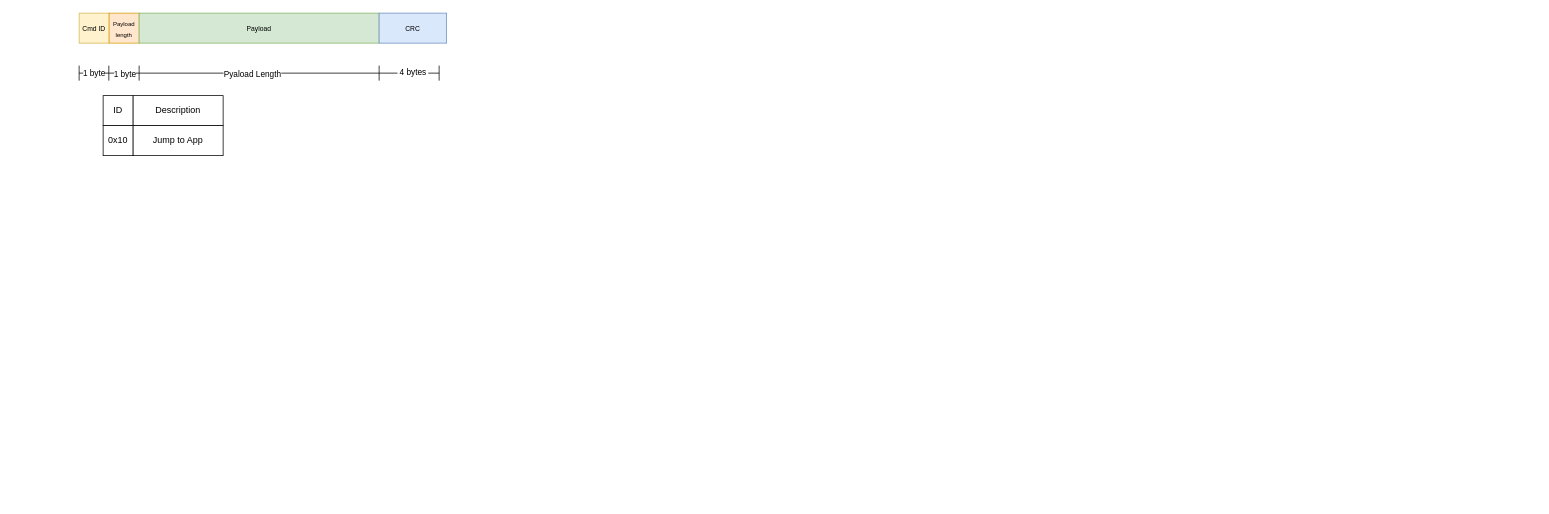
Before: bootloader/bootloader.drawio in minamulhaq/Fota, a draw.io diagram. Source tidied: cells renumbered, new cells numbered last; positions are measured from the earlier drawing's top-left corner, leaving out a move shared by most shapes. Both pictures are drawn from the tidied source at 75%, with x=0, y=0 at pixel (79, 13).
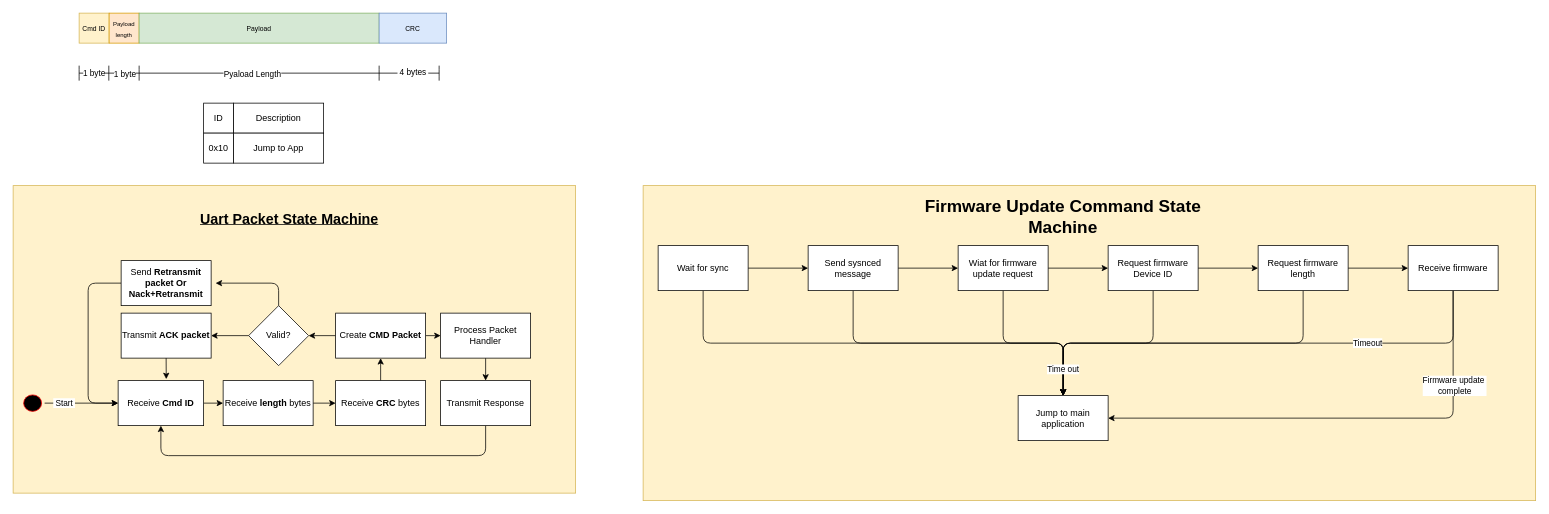
The same page after the edit.

Commit message (it also covers changes not shown here):
implement packet read

The edit, as a diff of the source:
```diff
@@
+    <mxCell id="20" style="rounded=0;whiteSpace=wrap;html=1;fillColor=#fff2cc;strokeColor=#d6b656;" parent="1" vertex="1">
+      <mxGeometry x="752" y="230" width="1190" height="420" as="geometry" />
+    </mxCell>
+    <mxCell id="21" style="rounded=0;whiteSpace=wrap;html=1;fillColor=#fff2cc;strokeColor=#d6b656;" parent="1" vertex="1">
+      <mxGeometry x="-88" y="230" width="750" height="410" as="geometry" />
+    </mxCell>
@@
     <mxCell id="16" value="ID" style="whiteSpace=wrap;html=1;" parent="1" vertex="1">
-      <mxGeometry x="32" y="110" width="40" height="40" as="geometry" />
+      <mxGeometry x="166" y="120" width="40" height="40" as="geometry" />
     </mxCell>
     <mxCell id="17" value="Description" style="rounded=0;whiteSpace=wrap;html=1;" parent="1" vertex="1">
-      <mxGeometry x="72" y="110" width="120" height="40" as="geometry" />
+      <mxGeometry x="206" y="120" width="120" height="40" as="geometry" />
     </mxCell>
     <mxCell id="18" value="0x10" style="whiteSpace=wrap;html=1;" parent="1" vertex="1">
-      <mxGeometry x="32" y="150" width="40" height="40" as="geometry" />
+      <mxGeometry x="166" y="160" width="40" height="40" as="geometry" />
     </mxCell>
     <mxCell id="19" value="Jump to App" style="rounded=0;whiteSpace=wrap;html=1;" parent="1" vertex="1">
-      <mxGeometry x="72" y="150" width="120" height="40" as="geometry" />
+      <mxGeometry x="206" y="160" width="120" height="40" as="geometry" />
     </mxCell>
+    <mxCell id="22" style="edgeStyle=none;html=1;exitX=1;exitY=0.5;exitDx=0;exitDy=0;entryX=0;entryY=0.5;entryDx=0;entryDy=0;" parent="1" edge="1" source="24" target="26">
+      <mxGeometry relative="1" as="geometry" />
+    </mxCell>
+    <mxCell id="23" value="&amp;nbsp;Start&amp;nbsp;" style="edgeLabel;html=1;align=center;verticalAlign=middle;" parent="22" vertex="1">
+      <mxGeometry x="-0.48" y="1" relative="1" as="geometry" />
+    </mxCell>
+    <mxCell id="24" style="ellipse;html=1;shape=startState;fillColor=#000000;strokeColor=#ff0000;" parent="1" vertex="1">
+      <mxGeometry x="-78" y="505" width="32" height="30" as="geometry" />
+    </mxCell>
+    <mxCell id="25" style="edgeStyle=none;html=1;" parent="1" edge="1" source="26" target="28">
+      <mxGeometry relative="1" as="geometry" />
+    </mxCell>
+    <mxCell id="26" value="Receive &lt;b&gt;Cmd ID&lt;/b&gt;" style="html=1;dashed=0;whiteSpace=wrap;" parent="1" vertex="1">
+      <mxGeometry x="52" y="490" width="114" height="60" as="geometry" />
+    </mxCell>
+    <mxCell id="27" style="edgeStyle=none;html=1;" parent="1" edge="1" source="28" target="30">
+      <mxGeometry relative="1" as="geometry" />
+    </mxCell>
+    <mxCell id="28" value="Receive &lt;b&gt;length&lt;/b&gt; bytes" style="whiteSpace=wrap;html=1;dashed=0;" parent="1" vertex="1">
+      <mxGeometry x="192" y="490" width="120" height="60" as="geometry" />
+    </mxCell>
+    <mxCell id="29" style="edgeStyle=none;html=1;" parent="1" edge="1" source="30" target="33">
+      <mxGeometry relative="1" as="geometry" />
+    </mxCell>
+    <mxCell id="30" value="Receive &lt;b&gt;CRC&lt;/b&gt; bytes" style="whiteSpace=wrap;html=1;dashed=0;" parent="1" vertex="1">
+      <mxGeometry x="342" y="490" width="120" height="60" as="geometry" />
+    </mxCell>
+    <mxCell id="31" style="edgeStyle=none;html=1;" parent="1" edge="1" source="33" target="36">
+      <mxGeometry relative="1" as="geometry" />
+    </mxCell>
+    <mxCell id="32" style="edgeStyle=none;html=1;" parent="1" edge="1" source="33" target="42">
+      <mxGeometry relative="1" as="geometry" />
+    </mxCell>
+    <mxCell id="33" value="Create &lt;b&gt;CMD Packet&lt;/b&gt;" style="whiteSpace=wrap;html=1;dashed=0;" parent="1" vertex="1">
+      <mxGeometry x="342" y="400" width="120" height="60" as="geometry" />
+    </mxCell>
+    <mxCell id="34" style="edgeStyle=none;html=1;" parent="1" edge="1" source="36" target="37">
+      <mxGeometry relative="1" as="geometry" />
+    </mxCell>
+    <mxCell id="35" style="edgeStyle=orthogonalEdgeStyle;html=1;exitX=0.5;exitY=0;exitDx=0;exitDy=0;" parent="1" edge="1" source="36">
+      <mxGeometry relative="1" as="geometry">
+        <mxPoint x="182" y="360" as="targetPoint" />
+        <Array as="points">
+          <mxPoint x="266" y="360" />
+        </Array>
+      </mxGeometry>
+    </mxCell>
+    <mxCell id="36" value="Valid?" style="rhombus;whiteSpace=wrap;html=1;dashed=0;" parent="1" vertex="1">
+      <mxGeometry x="226" y="390" width="80" height="80" as="geometry" />
+    </mxCell>
+    <mxCell id="37" value="Transmit &lt;b&gt;ACK packet&lt;/b&gt;" style="whiteSpace=wrap;html=1;dashed=0;" parent="1" vertex="1">
+      <mxGeometry x="56" y="400" width="120" height="60" as="geometry" />
+    </mxCell>
+    <mxCell id="38" style="edgeStyle=none;html=1;exitX=0.5;exitY=1;exitDx=0;exitDy=0;entryX=0.563;entryY=-0.033;entryDx=0;entryDy=0;entryPerimeter=0;" parent="1" edge="1" source="37" target="26">
+      <mxGeometry relative="1" as="geometry" />
+    </mxCell>
+    <mxCell id="39" style="edgeStyle=orthogonalEdgeStyle;html=1;exitX=0;exitY=0.5;exitDx=0;exitDy=0;entryX=0;entryY=0.5;entryDx=0;entryDy=0;" parent="1" edge="1" source="40" target="26">
+      <mxGeometry relative="1" as="geometry">
+        <Array as="points">
+          <mxPoint x="12" y="360" />
+          <mxPoint x="12" y="520" />
+        </Array>
+      </mxGeometry>
+    </mxCell>
+    <mxCell id="40" value="Send&amp;nbsp;&lt;b&gt;Retransmit packet Or Nack+Retransmit&lt;/b&gt;" style="whiteSpace=wrap;html=1;dashed=0;" parent="1" vertex="1">
+      <mxGeometry x="56" y="330" width="120" height="60" as="geometry" />
+    </mxCell>
+    <mxCell id="41" style="edgeStyle=none;html=1;" parent="1" edge="1" source="42" target="44">
+      <mxGeometry relative="1" as="geometry" />
+    </mxCell>
+    <mxCell id="42" value="Process Packet&lt;br&gt;Handler" style="whiteSpace=wrap;html=1;dashed=0;" parent="1" vertex="1">
+      <mxGeometry x="482" y="400" width="120" height="60" as="geometry" />
+    </mxCell>
+    <mxCell id="43" style="edgeStyle=orthogonalEdgeStyle;html=1;exitX=0.5;exitY=1;exitDx=0;exitDy=0;entryX=0.5;entryY=1;entryDx=0;entryDy=0;" parent="1" edge="1" source="44" target="26">
+      <mxGeometry relative="1" as="geometry">
+        <Array as="points">
+          <mxPoint x="542" y="590" />
+          <mxPoint x="109" y="590" />
+        </Array>
+      </mxGeometry>
+    </mxCell>
+    <mxCell id="44" value="Transmit Response" style="whiteSpace=wrap;html=1;dashed=0;" parent="1" vertex="1">
+      <mxGeometry x="482" y="490" width="120" height="60" as="geometry" />
+    </mxCell>
+    <mxCell id="45" value="&lt;b&gt;&lt;u&gt;&lt;font style=&quot;font-size: 19px;&quot;&gt;Uart Packet State Machine&lt;/font&gt;&lt;/u&gt;&lt;/b&gt;" style="text;html=1;align=center;verticalAlign=middle;whiteSpace=wrap;rounded=0;" parent="1" vertex="1">
+      <mxGeometry x="149" y="240" width="263" height="70" as="geometry" />
+    </mxCell>
+    <mxCell id="46" style="edgeStyle=none;html=1;" parent="1" edge="1" source="48" target="51">
+      <mxGeometry relative="1" as="geometry" />
+    </mxCell>
+    <mxCell id="47" style="edgeStyle=orthogonalEdgeStyle;html=1;exitX=0.5;exitY=1;exitDx=0;exitDy=0;entryX=0.5;entryY=0;entryDx=0;entryDy=0;" parent="1" edge="1" source="48" target="67">
+      <mxGeometry relative="1" as="geometry" />
+    </mxCell>
+    <mxCell id="48" value="Wait for sync" style="rounded=0;whiteSpace=wrap;html=1;" parent="1" vertex="1">
+      <mxGeometry x="772" y="310" width="120" height="60" as="geometry" />
+    </mxCell>
+    <mxCell id="49" style="edgeStyle=none;html=1;" parent="1" edge="1" source="51" target="54">
+      <mxGeometry relative="1" as="geometry" />
+    </mxCell>
+    <mxCell id="50" style="edgeStyle=orthogonalEdgeStyle;html=1;exitX=0.5;exitY=1;exitDx=0;exitDy=0;" parent="1" edge="1" source="51">
+      <mxGeometry relative="1" as="geometry">
+        <mxPoint x="1312" y="510" as="targetPoint" />
+      </mxGeometry>
+    </mxCell>
+    <mxCell id="51" value="Send sysnced message" style="whiteSpace=wrap;html=1;rounded=0;" parent="1" vertex="1">
+      <mxGeometry x="972" y="310" width="120" height="60" as="geometry" />
+    </mxCell>
+    <mxCell id="52" style="edgeStyle=none;html=1;" parent="1" edge="1" source="54" target="57">
+      <mxGeometry relative="1" as="geometry" />
+    </mxCell>
+    <mxCell id="53" style="edgeStyle=orthogonalEdgeStyle;html=1;exitX=0.5;exitY=1;exitDx=0;exitDy=0;entryX=0.5;entryY=0;entryDx=0;entryDy=0;" parent="1" edge="1" source="54" target="67">
+      <mxGeometry relative="1" as="geometry" />
+    </mxCell>
+    <mxCell id="54" value="Wiat for firmware update request" style="whiteSpace=wrap;html=1;rounded=0;" parent="1" vertex="1">
+      <mxGeometry x="1172" y="310" width="120" height="60" as="geometry" />
+    </mxCell>
+    <mxCell id="55" style="edgeStyle=none;html=1;" parent="1" edge="1" source="57" target="60">
+      <mxGeometry relative="1" as="geometry" />
+    </mxCell>
+    <mxCell id="56" style="edgeStyle=orthogonalEdgeStyle;html=1;exitX=0.5;exitY=1;exitDx=0;exitDy=0;entryX=0.5;entryY=0;entryDx=0;entryDy=0;" parent="1" edge="1" source="57" target="67">
+      <mxGeometry relative="1" as="geometry" />
+    </mxCell>
+    <mxCell id="57" value="Request firmware Device ID" style="whiteSpace=wrap;html=1;rounded=0;" parent="1" vertex="1">
+      <mxGeometry x="1372" y="310" width="120" height="60" as="geometry" />
+    </mxCell>
+    <mxCell id="58" style="edgeStyle=none;html=1;" parent="1" edge="1" source="60" target="66">
+      <mxGeometry relative="1" as="geometry" />
+    </mxCell>
+    <mxCell id="59" style="edgeStyle=orthogonalEdgeStyle;html=1;exitX=0.5;exitY=1;exitDx=0;exitDy=0;entryX=0.5;entryY=0;entryDx=0;entryDy=0;" parent="1" edge="1" source="60" target="67">
+      <mxGeometry relative="1" as="geometry" />
+    </mxCell>
+    <mxCell id="60" value="Request firmware length" style="whiteSpace=wrap;html=1;rounded=0;" parent="1" vertex="1">
+      <mxGeometry x="1572" y="310" width="120" height="60" as="geometry" />
+    </mxCell>
+    <mxCell id="61" style="edgeStyle=orthogonalEdgeStyle;html=1;exitX=0.5;exitY=1;exitDx=0;exitDy=0;entryX=0.5;entryY=0;entryDx=0;entryDy=0;" parent="1" edge="1" source="66" target="67">
+      <mxGeometry relative="1" as="geometry" />
+    </mxCell>
+    <mxCell id="62" value="Time out" style="edgeLabel;html=1;align=center;verticalAlign=middle;" parent="61" vertex="1">
+      <mxGeometry x="0.89" y="-1" relative="1" as="geometry" />
+    </mxCell>
+    <mxCell id="63" value="Timeout" style="edgeLabel;html=1;align=center;verticalAlign=middle;" parent="61" vertex="1">
+      <mxGeometry x="-0.44" y="-1" relative="1" as="geometry" />
+    </mxCell>
+    <mxCell id="64" style="edgeStyle=orthogonalEdgeStyle;html=1;exitX=0.5;exitY=1;exitDx=0;exitDy=0;entryX=1;entryY=0.5;entryDx=0;entryDy=0;" parent="1" edge="1" source="66" target="67">
+      <mxGeometry relative="1" as="geometry" />
+    </mxCell>
+    <mxCell id="65" value="Firmware update&amp;nbsp;&lt;div&gt;complete&lt;/div&gt;" style="edgeLabel;html=1;align=center;verticalAlign=middle;" parent="64" vertex="1">
+      <mxGeometry x="-0.6" y="1" relative="1" as="geometry" />
+    </mxCell>
+    <mxCell id="66" value="Receive firmware" style="whiteSpace=wrap;html=1;rounded=0;" parent="1" vertex="1">
+      <mxGeometry x="1772" y="310" width="120" height="60" as="geometry" />
+    </mxCell>
+    <mxCell id="67" value="Jump to main application" style="whiteSpace=wrap;html=1;rounded=0;" parent="1" vertex="1">
+      <mxGeometry x="1252" y="510" width="120" height="60" as="geometry" />
+    </mxCell>
+    <mxCell id="68" value="&lt;b&gt;&lt;font style=&quot;font-size: 23px;&quot;&gt;Firmware Update Command State Machine&lt;/font&gt;&lt;/b&gt;&lt;div&gt;&lt;b&gt;&lt;font style=&quot;font-size: 23px;&quot;&gt;&lt;br&gt;&lt;/font&gt;&lt;/b&gt;&lt;/div&gt;" style="text;html=1;align=center;verticalAlign=middle;whiteSpace=wrap;rounded=0;" parent="1" vertex="1">
+      <mxGeometry x="1117" y="270" width="390" height="30" as="geometry" />
+    </mxCell>
```
